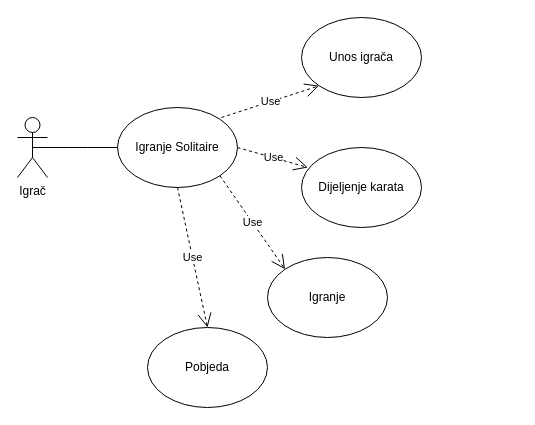
Earlier version of the draw.io diagram page "UseCase:Igranje Solitaire" (1 of 3) of dijagram.drawio (NinaMaretic/Solitaire). Source tidied: cells renumbered, new cells numbered last; positions are measured from the earlier drawing's top-left corner, leaving out a move shared by most shapes. Both pictures are drawn from the tidied source at 100%, with x=0, y=0 at pixel (17, 17).
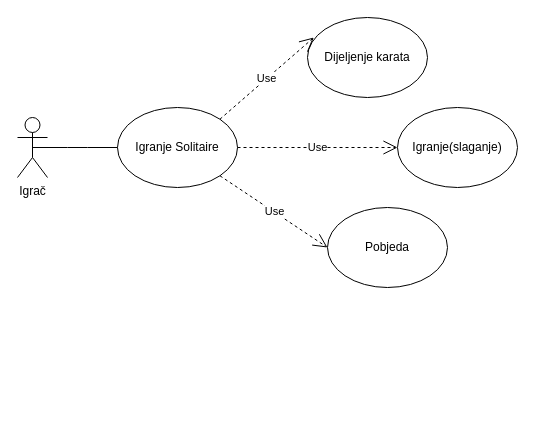
Above is the later version.

Change to the diagram source:
```diff
@@
 <mxGraphModel>
   <root>
     <mxCell id="0" />
     <mxCell id="1" parent="0" />
     <mxCell id="2" value="Igrač" style="shape=umlActor;verticalLabelPosition=bottom;verticalAlign=top;html=1;outlineConnect=0;" parent="1" vertex="1">
       <mxGeometry y="100" width="30" height="60" as="geometry" />
     </mxCell>
     <mxCell id="3" value="Igranje Solitaire" style="ellipse;whiteSpace=wrap;html=1;" parent="1" vertex="1">
       <mxGeometry x="100" y="90" width="120" height="80" as="geometry" />
     </mxCell>
     <mxCell id="4" style="endArrow=none;html=1;entryX=0;entryY=0.5;entryDx=0;entryDy=0;exitX=0.5;exitY=0.5;exitDx=0;exitDy=0;exitPerimeter=0;" parent="1" edge="1" source="2" target="3">
       <mxGeometry relative="1" as="geometry">
         <Array as="points">
           <mxPoint x="60" y="130" />
         </Array>
       </mxGeometry>
     </mxCell>
-    <mxCell id="5" value="Unos igrača" style="ellipse;whiteSpace=wrap;html=1;" parent="1" vertex="1">
-      <mxGeometry x="284" width="120" height="80" as="geometry" />
-    </mxCell>
     <mxCell id="6" value="Dijeljenje karata" style="ellipse;whiteSpace=wrap;html=1;" parent="1" vertex="1">
-      <mxGeometry x="284" y="130" width="120" height="80" as="geometry" />
+      <mxGeometry x="290" width="120" height="80" as="geometry" />
     </mxCell>
-    <mxCell id="7" value="Igranje" style="ellipse;whiteSpace=wrap;html=1;" parent="1" vertex="1">
-      <mxGeometry x="250" y="240" width="120" height="80" as="geometry" />
+    <mxCell id="7" value="Igranje(slaganje)" style="ellipse;whiteSpace=wrap;html=1;" parent="1" vertex="1">
+      <mxGeometry x="380" y="90" width="120" height="80" as="geometry" />
     </mxCell>
     <mxCell id="8" value="Pobjeda" style="ellipse;whiteSpace=wrap;html=1;" parent="1" vertex="1">
-      <mxGeometry x="130" y="310" width="120" height="80" as="geometry" />
+      <mxGeometry x="310" y="190" width="120" height="80" as="geometry" />
     </mxCell>
-    <mxCell id="9" value="Use" style="endArrow=open;endSize=12;dashed=1;html=1;entryX=0;entryY=1;entryDx=0;entryDy=0;" parent="1" edge="1" target="5">
-      <mxGeometry relative="1" as="geometry">
-        <mxPoint x="204" y="100" as="sourcePoint" />
-      </mxGeometry>
-    </mxCell>
-    <mxCell id="10" value="Use" style="endArrow=open;endSize=12;dashed=1;html=1;exitX=1;exitY=0.5;exitDx=0;exitDy=0;entryX=0.053;entryY=0.25;entryDx=0;entryDy=0;entryPerimeter=0;" parent="1" edge="1" source="3" target="6">
+    <mxCell id="10" value="Use" style="endArrow=open;endSize=12;dashed=1;html=1;exitX=1;exitY=0;exitDx=0;exitDy=0;entryX=0.053;entryY=0.25;entryDx=0;entryDy=0;entryPerimeter=0;" parent="1" edge="1" source="3" target="6">
       <mxGeometry relative="1" as="geometry" />
     </mxCell>
-    <mxCell id="11" value="Use" style="endArrow=open;endSize=12;dashed=1;html=1;exitX=0.5;exitY=1;exitDx=0;exitDy=0;entryX=0.5;entryY=0;entryDx=0;entryDy=0;" parent="1" edge="1" source="3" target="8">
+    <mxCell id="11" value="Use" style="endArrow=open;endSize=12;dashed=1;html=1;exitX=1;exitY=1;exitDx=0;exitDy=0;entryX=0;entryY=0.5;entryDx=0;entryDy=0;" parent="1" edge="1" source="3" target="8">
       <mxGeometry relative="1" as="geometry" />
     </mxCell>
-    <mxCell id="12" value="Use" style="endArrow=open;endSize=12;dashed=1;html=1;exitX=1;exitY=1;exitDx=0;exitDy=0;entryX=0;entryY=0;entryDx=0;entryDy=0;" parent="1" edge="1" source="3" target="7">
+    <mxCell id="12" value="Use" style="endArrow=open;endSize=12;dashed=1;html=1;exitX=1;exitY=0.5;exitDx=0;exitDy=0;entryX=0;entryY=0.5;entryDx=0;entryDy=0;" parent="1" edge="1" source="3" target="7">
       <mxGeometry relative="1" as="geometry" />
     </mxCell>
   </root>
 </mxGraphModel>
```
